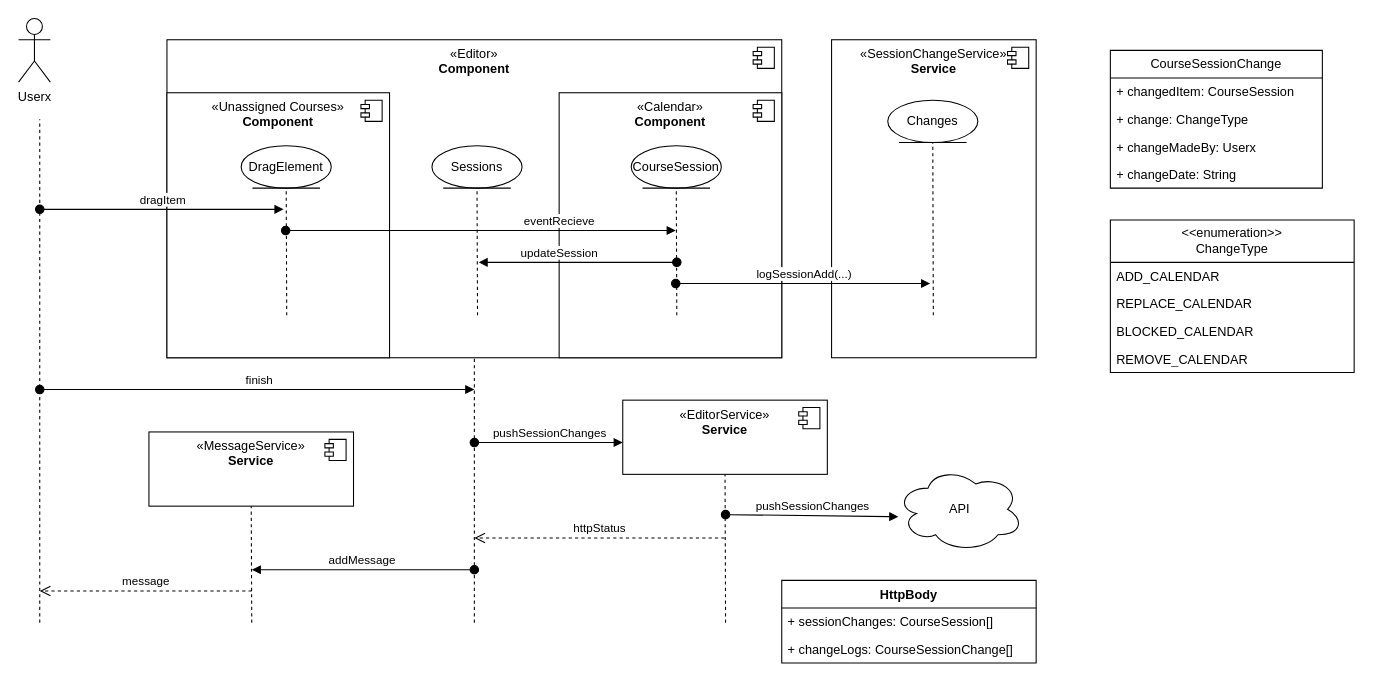
This is Doku/Ablauf/userChangesLogging.drawio from Darkuna/Lecture-Connect, a draw.io file, before an edit. Source tidied: cells renumbered, new cells numbered last; positions are measured from the earlier drawing's top-left corner, leaving out a move shared by most shapes. Both pictures are drawn from the tidied source at 106%, with x=0, y=0 at pixel (18, 18).
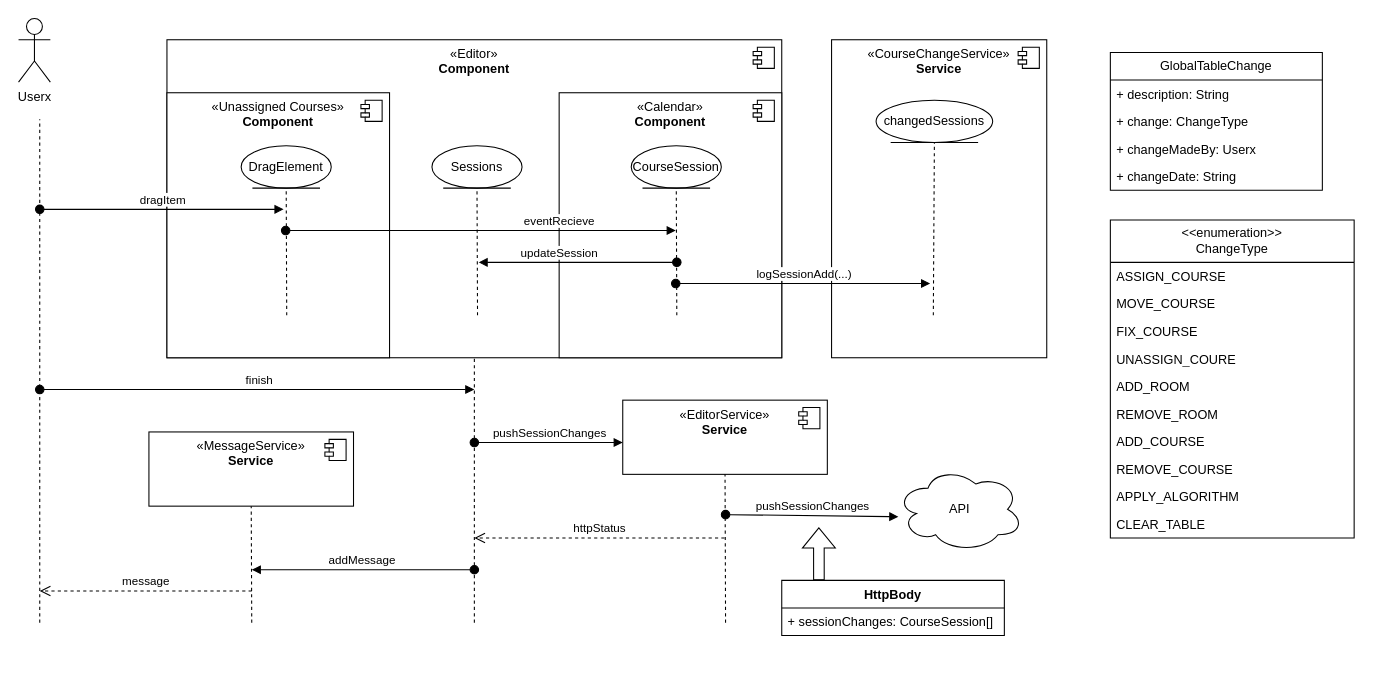
The same diagram, later.

Commit message:
finished log sequence diagram

The edit, as a diff of the source:
```diff
@@
-    <mxCell id="5" value="«SessionChangeService&lt;span style=&quot;background-color: initial;&quot;&gt;»&lt;/span&gt;&lt;div&gt;&lt;b&gt;Service&lt;/b&gt;&lt;/div&gt;" style="html=1;whiteSpace=wrap;verticalAlign=top;" parent="1" vertex="1">
-      <mxGeometry x="767" y="20" width="193" height="300" as="geometry" />
+    <mxCell id="5" value="«CourseChangeService&lt;span style=&quot;background-color: initial;&quot;&gt;»&lt;/span&gt;&lt;div&gt;&lt;b&gt;Service&lt;/b&gt;&lt;/div&gt;" style="html=1;whiteSpace=wrap;verticalAlign=top;" parent="1" vertex="1">
+      <mxGeometry x="767" y="20" width="203" height="300" as="geometry" />
     </mxCell>
@@
-    <mxCell id="7" value="CourseSessionChange" style="swimlane;fontStyle=0;horizontal=1;startSize=26;fillColor=none;whiteSpace=wrap;html=1;" parent="1" vertex="1">
-      <mxGeometry x="1030" y="30" width="200" height="130" as="geometry" />
+    <mxCell id="7" value="GlobalTableChange" style="swimlane;fontStyle=0;horizontal=1;startSize=26;fillColor=none;whiteSpace=wrap;html=1;" parent="1" vertex="1">
+      <mxGeometry x="1030" y="32" width="200" height="130" as="geometry" />
     </mxCell>
-    <mxCell id="8" value="+ changedItem: CourseSession" style="text;strokeColor=none;fillColor=none;align=left;verticalAlign=top;spacingLeft=4;spacingRight=4;overflow=hidden;whiteSpace=wrap;html=1;" parent="7" vertex="1">
+    <mxCell id="8" value="+ description: String" style="text;strokeColor=none;fillColor=none;align=left;verticalAlign=top;spacingLeft=4;spacingRight=4;overflow=hidden;whiteSpace=wrap;html=1;" parent="7" vertex="1">
       <mxGeometry y="26" width="200" height="26" as="geometry" />
     </mxCell>
@@
     <mxCell id="12" value="&amp;lt;&amp;lt;enumeration&amp;gt;&amp;gt;&lt;div&gt;ChangeType&lt;/div&gt;" style="swimlane;fontStyle=0;horizontal=1;startSize=40;fillColor=none;whiteSpace=wrap;html=1;" parent="1" vertex="1">
-      <mxGeometry x="1030" y="190" width="230" height="144" as="geometry" />
+      <mxGeometry x="1030" y="190" width="230" height="300" as="geometry" />
     </mxCell>
-    <mxCell id="13" value="ADD_CALENDAR" style="text;strokeColor=none;fillColor=none;align=left;verticalAlign=top;spacingLeft=4;spacingRight=4;overflow=hidden;whiteSpace=wrap;html=1;" parent="12" vertex="1">
+    <mxCell id="13" value="ASSIGN_COURSE" style="text;strokeColor=none;fillColor=none;align=left;verticalAlign=top;spacingLeft=4;spacingRight=4;overflow=hidden;whiteSpace=wrap;html=1;" parent="12" vertex="1">
       <mxGeometry y="40" width="230" height="26" as="geometry" />
     </mxCell>
-    <mxCell id="14" value="REPLACE_CALENDAR" style="text;strokeColor=none;fillColor=none;align=left;verticalAlign=top;spacingLeft=4;spacingRight=4;overflow=hidden;whiteSpace=wrap;html=1;" parent="12" vertex="1">
+    <mxCell id="14" value="MOVE_COURSE" style="text;strokeColor=none;fillColor=none;align=left;verticalAlign=top;spacingLeft=4;spacingRight=4;overflow=hidden;whiteSpace=wrap;html=1;" parent="12" vertex="1">
       <mxGeometry y="66" width="230" height="26" as="geometry" />
     </mxCell>
-    <mxCell id="15" value="BLOCKED_CALENDAR" style="text;strokeColor=none;fillColor=none;align=left;verticalAlign=top;spacingLeft=4;spacingRight=4;overflow=hidden;whiteSpace=wrap;html=1;" parent="12" vertex="1">
+    <mxCell id="15" value="FIX_COURSE" style="text;strokeColor=none;fillColor=none;align=left;verticalAlign=top;spacingLeft=4;spacingRight=4;overflow=hidden;whiteSpace=wrap;html=1;" parent="12" vertex="1">
       <mxGeometry y="92" width="230" height="26" as="geometry" />
     </mxCell>
-    <mxCell id="16" value="REMOVE_CALENDAR" style="text;strokeColor=none;fillColor=none;align=left;verticalAlign=top;spacingLeft=4;spacingRight=4;overflow=hidden;whiteSpace=wrap;html=1;" parent="12" vertex="1">
+    <mxCell id="16" value="UNASSIGN_COURE" style="text;strokeColor=none;fillColor=none;align=left;verticalAlign=top;spacingLeft=4;spacingRight=4;overflow=hidden;whiteSpace=wrap;html=1;" parent="12" vertex="1">
       <mxGeometry y="118" width="230" height="26" as="geometry" />
     </mxCell>
+    <mxCell id="53" value="ADD_ROOM" style="text;strokeColor=none;fillColor=none;align=left;verticalAlign=top;spacingLeft=4;spacingRight=4;overflow=hidden;whiteSpace=wrap;html=1;" parent="12" vertex="1">
+      <mxGeometry y="144" width="230" height="26" as="geometry" />
+    </mxCell>
+    <mxCell id="54" value="REMOVE_ROOM" style="text;strokeColor=none;fillColor=none;align=left;verticalAlign=top;spacingLeft=4;spacingRight=4;overflow=hidden;whiteSpace=wrap;html=1;" parent="12" vertex="1">
+      <mxGeometry y="170" width="230" height="26" as="geometry" />
+    </mxCell>
+    <mxCell id="55" value="ADD_COURSE" style="text;strokeColor=none;fillColor=none;align=left;verticalAlign=top;spacingLeft=4;spacingRight=4;overflow=hidden;whiteSpace=wrap;html=1;" parent="12" vertex="1">
+      <mxGeometry y="196" width="230" height="26" as="geometry" />
+    </mxCell>
+    <mxCell id="56" value="REMOVE_COURSE" style="text;strokeColor=none;fillColor=none;align=left;verticalAlign=top;spacingLeft=4;spacingRight=4;overflow=hidden;whiteSpace=wrap;html=1;" parent="12" vertex="1">
+      <mxGeometry y="222" width="230" height="26" as="geometry" />
+    </mxCell>
+    <mxCell id="57" value="APPLY_ALGORITHM" style="text;strokeColor=none;fillColor=none;align=left;verticalAlign=top;spacingLeft=4;spacingRight=4;overflow=hidden;whiteSpace=wrap;html=1;" parent="12" vertex="1">
+      <mxGeometry y="248" width="230" height="26" as="geometry" />
+    </mxCell>
+    <mxCell id="58" value="CLEAR_TABLE" style="text;strokeColor=none;fillColor=none;align=left;verticalAlign=top;spacingLeft=4;spacingRight=4;overflow=hidden;whiteSpace=wrap;html=1;" parent="12" vertex="1">
+      <mxGeometry y="274" width="230" height="26" as="geometry" />
+    </mxCell>
@@
-    <mxCell id="32" value="Changes" style="ellipse;shape=umlEntity;whiteSpace=wrap;html=1;" parent="1" vertex="1">
-      <mxGeometry x="820" y="77" width="85" height="40" as="geometry" />
+    <mxCell id="32" value="changedSessions" style="ellipse;shape=umlEntity;whiteSpace=wrap;html=1;" parent="1" vertex="1">
+      <mxGeometry x="809" y="77" width="110" height="40" as="geometry" />
     </mxCell>
@@
     <mxCell id="50" value="HttpBody" style="swimlane;fontStyle=1;align=center;verticalAlign=top;horizontal=1;startSize=26;whiteSpace=wrap;html=1;" parent="1" vertex="1">
-      <mxGeometry x="720" y="530" width="240" height="78" as="geometry" />
+      <mxGeometry x="720" y="530" width="210" height="52" as="geometry" />
     </mxCell>
     <mxCell id="51" value="+ sessionChanges: CourseSession[]" style="text;strokeColor=none;fillColor=none;align=left;verticalAlign=top;spacingLeft=4;spacingRight=4;overflow=hidden;whiteSpace=wrap;html=1;" parent="50" vertex="1">
-      <mxGeometry y="26" width="240" height="26" as="geometry" />
+      <mxGeometry y="26" width="210" height="26" as="geometry" />
     </mxCell>
-    <mxCell id="52" value="+ changeLogs:&amp;nbsp;&lt;span style=&quot;text-align: center;&quot;&gt;CourseSessionChange[]&lt;/span&gt;" style="text;strokeColor=none;fillColor=none;align=left;verticalAlign=top;spacingLeft=4;spacingRight=4;overflow=hidden;whiteSpace=wrap;html=1;" parent="50" vertex="1">
-      <mxGeometry y="52" width="240" height="26" as="geometry" />
-    </mxCell>
+    <mxCell id="59" style="shape=flexArrow;endArrow=classic;html=1;rounded=0;exitX=0.167;exitY=0;exitDx=0;exitDy=0;exitPerimeter=0;" parent="1" edge="1" source="50">
+      <mxGeometry relative="1" as="geometry">
+        <mxPoint x="755" y="480" as="targetPoint" />
+      </mxGeometry>
+    </mxCell>
```
